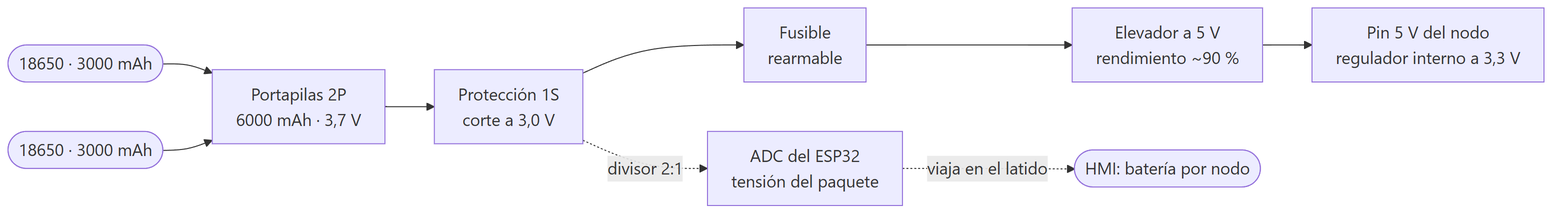
This is docs/diagramas/02-alimentacion-nodo.png from Camilo1408/config-ricevi, a Mermaid export, as it was before one commit. Its source is kept beside it as docs/diagramas/02-alimentacion-nodo.mmd.
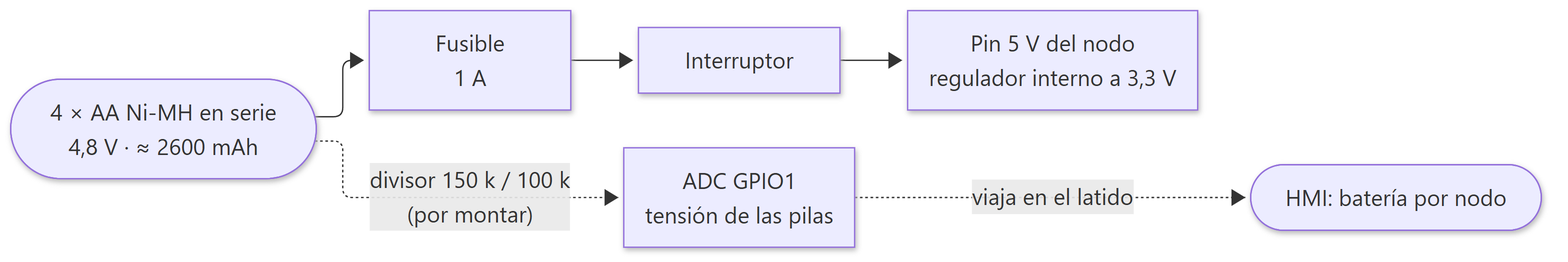
Above is the later version.

Change to the diagram source:
```diff
@@ -1,9 +1,6 @@
 flowchart LR
-  B1(["18650 · 3000 mAh"]) --> H["Portapilas 2P<br/>6000 mAh · 3,7 V"]
-  B2(["18650 · 3000 mAh"]) --> H
-  H --> P["Protección 1S<br/>corte a 3,0 V"]
-  P --> F["Fusible<br/>rearmable"]
-  F --> E["Elevador a 5 V<br/>rendimiento ~90 %"]
-  E --> N["Pin 5 V del nodo<br/>regulador interno a 3,3 V"]
-  P -.->|"divisor 2:1"| A["ADC del ESP32<br/>tensión del paquete"]
+  B(["4 × AA Ni-MH en serie<br/>4,8 V · ≈ 2600 mAh"]) --> F["Fusible<br/>1 A"]
+  F --> S["Interruptor"]
+  S --> N["Pin 5 V del nodo<br/>regulador interno a 3,3 V"]
+  B -.->|"divisor 150 k / 100 k<br/>(por montar)"| A["ADC GPIO1<br/>tensión de las pilas"]
   A -.->|"viaja en el latido"| HMI(["HMI: batería por nodo"])
```
